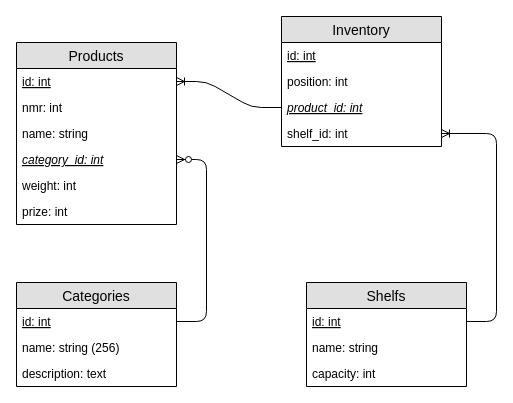
callidaria/pen-testing keeps this draw.io diagram as dev/models/raw/DB_Schema.drawio. Above is the earlier version. Source tidied: cells renumbered, new cells numbered last; positions are measured from the earlier drawing's top-left corner, leaving out a move shared by most shapes. Both pictures are drawn from the tidied source at 100%, with x=0, y=0 at pixel (16, 16).
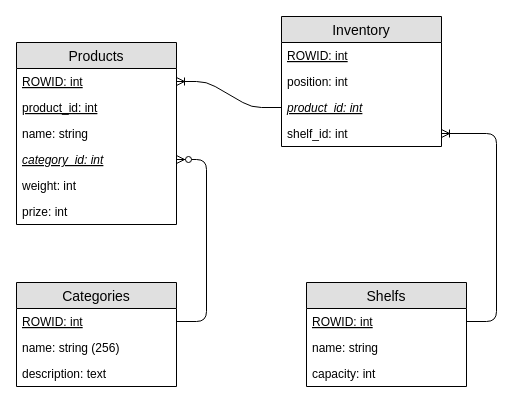
Above is the later version.

Commit message (it also covers changes not shown here):
updated schemas product nmb is now product_id added basic database schema as mysql and sqlite file aswell as some basic inserts database update now as foreign key relations and unique keys

The change refers to these unchanged cells:
```xml
<mxCell id="2" value="Products" style="swimlane;fontStyle=0;horizontal=1;startSize=26;fillColor=#e0e0e0;swimlaneFillColor=#ffffff;align=center;fontSize=14;" parent="1" vertex="1">
  <mxGeometry y="26" width="160" height="182" as="geometry" />
</mxCell>
<mxCell id="9" value="Inventory" style="swimlane;fontStyle=0;horizontal=1;startSize=26;fillColor=#e0e0e0;swimlaneFillColor=#ffffff;align=center;fontSize=14;" parent="1" vertex="1">
  <mxGeometry x="265" width="160" height="130" as="geometry" />
</mxCell>
<mxCell id="15" value="Categories" style="swimlane;fontStyle=0;horizontal=1;startSize=26;fillColor=#e0e0e0;swimlaneFillColor=#ffffff;align=center;fontSize=14;" parent="1" vertex="1">
  <mxGeometry y="266" width="160" height="104" as="geometry" />
</mxCell>
<mxCell id="20" value="Shelfs" style="swimlane;fontStyle=0;horizontal=1;startSize=26;fillColor=#e0e0e0;swimlaneFillColor=#ffffff;align=center;fontSize=14;" parent="1" vertex="1">
  <mxGeometry x="290" y="266" width="160" height="104" as="geometry" />
</mxCell>
```

Diff of the diagram source:
```diff
@@
-    <mxCell id="3" value="id: int" style="text;strokeColor=none;fillColor=none;spacingLeft=4;spacingRight=4;overflow=hidden;points=[[0,0.5],[1,0.5]];portConstraint=eastwest;fontSize=12;fontStyle=4;" parent="2" vertex="1">
+    <mxCell id="3" value="ROWID: int" style="text;strokeColor=none;fillColor=none;spacingLeft=4;spacingRight=4;overflow=hidden;points=[[0,0.5],[1,0.5]];portConstraint=eastwest;fontSize=12;fontStyle=4;" parent="2" vertex="1">
       <mxGeometry y="26" width="160" height="26" as="geometry" />
     </mxCell>
-    <mxCell id="4" value="nmr: int" style="text;strokeColor=none;fillColor=none;spacingLeft=4;spacingRight=4;overflow=hidden;fontSize=12;" parent="2" vertex="1">
+    <mxCell id="4" value="product_id: int" style="text;strokeColor=none;fillColor=none;spacingLeft=4;spacingRight=4;overflow=hidden;fontSize=12;fontStyle=4;" parent="2" vertex="1">
       <mxGeometry y="52" width="160" height="26" as="geometry" />
     </mxCell>
@@
-    <mxCell id="10" value="id: int" style="text;strokeColor=none;fillColor=none;spacingLeft=4;spacingRight=4;overflow=hidden;fontSize=12;fontStyle=4;" parent="9" vertex="1">
+    <mxCell id="10" value="ROWID: int" style="text;strokeColor=none;fillColor=none;spacingLeft=4;spacingRight=4;overflow=hidden;fontSize=12;fontStyle=4;" parent="9" vertex="1">
       <mxGeometry y="26" width="160" height="26" as="geometry" />
     </mxCell>
@@
-    <mxCell id="16" value="id: int" style="text;strokeColor=none;fillColor=none;spacingLeft=4;spacingRight=4;overflow=hidden;points=[[0,0.5],[1,0.5]];portConstraint=eastwest;fontSize=12;fontStyle=4;" parent="15" vertex="1">
+    <mxCell id="16" value="ROWID: int" style="text;strokeColor=none;fillColor=none;spacingLeft=4;spacingRight=4;overflow=hidden;points=[[0,0.5],[1,0.5]];portConstraint=eastwest;fontSize=12;fontStyle=4;" parent="15" vertex="1">
       <mxGeometry y="26" width="160" height="26" as="geometry" />
     </mxCell>
@@
-    <mxCell id="21" value="id: int" style="text;strokeColor=none;fillColor=none;spacingLeft=4;spacingRight=4;overflow=hidden;points=[[0,0.5],[1,0.5]];portConstraint=eastwest;fontSize=12;fontStyle=4;" parent="20" vertex="1">
+    <mxCell id="21" value="ROWID: int" style="text;strokeColor=none;fillColor=none;spacingLeft=4;spacingRight=4;overflow=hidden;points=[[0,0.5],[1,0.5]];portConstraint=eastwest;fontSize=12;fontStyle=4;" parent="20" vertex="1">
       <mxGeometry y="26" width="160" height="26" as="geometry" />
     </mxCell>
```
